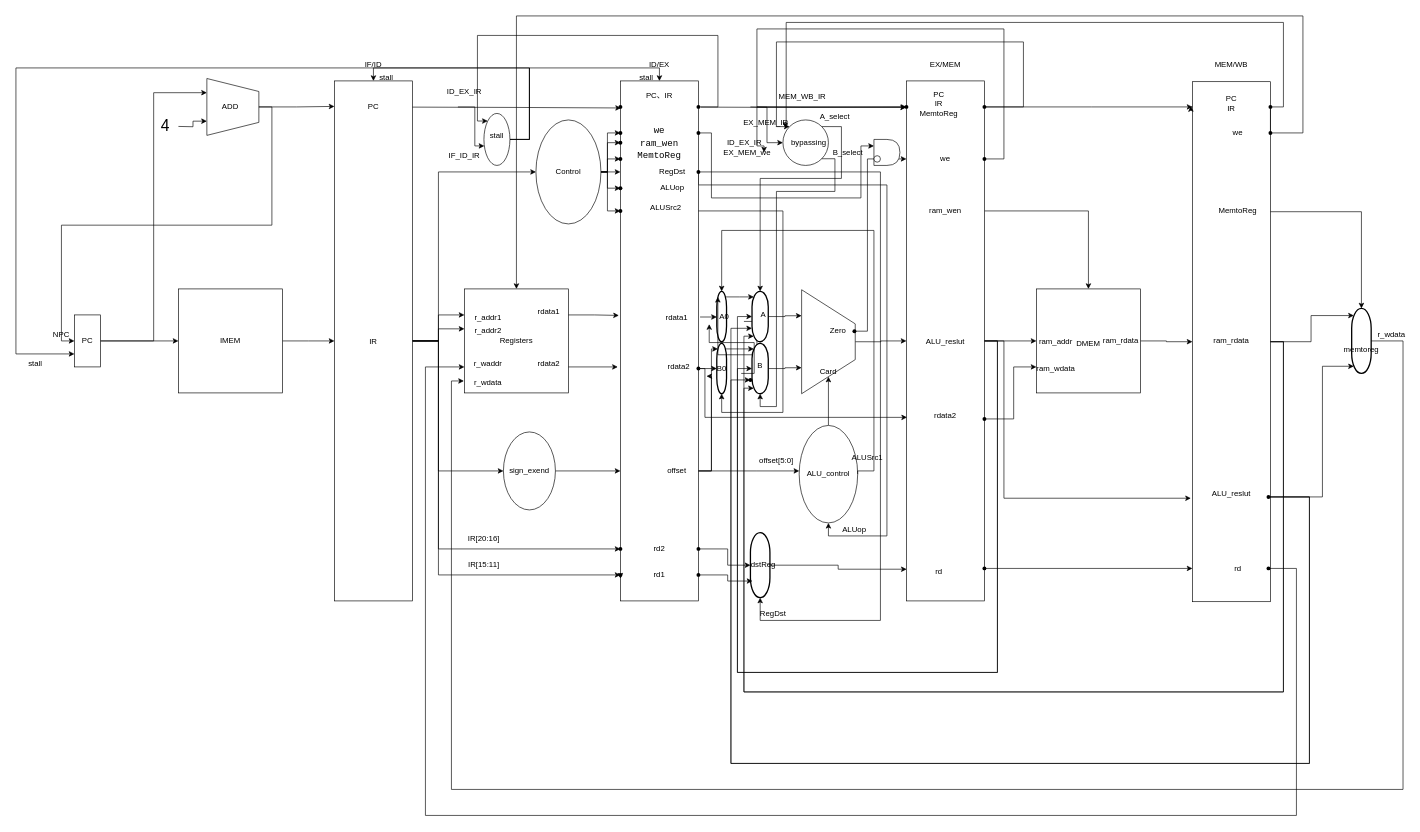
lllwwwooo/draw.io keeps this draw.io diagram as directory/未命名绘图.drawio. Above is the earlier version. Source tidied: cells renumbered, new cells numbered last; positions are measured from the earlier drawing's top-left corner, leaving out a move shared by most shapes. Both pictures are drawn from the tidied source at 65%, with x=0, y=0 at pixel (16, 16).
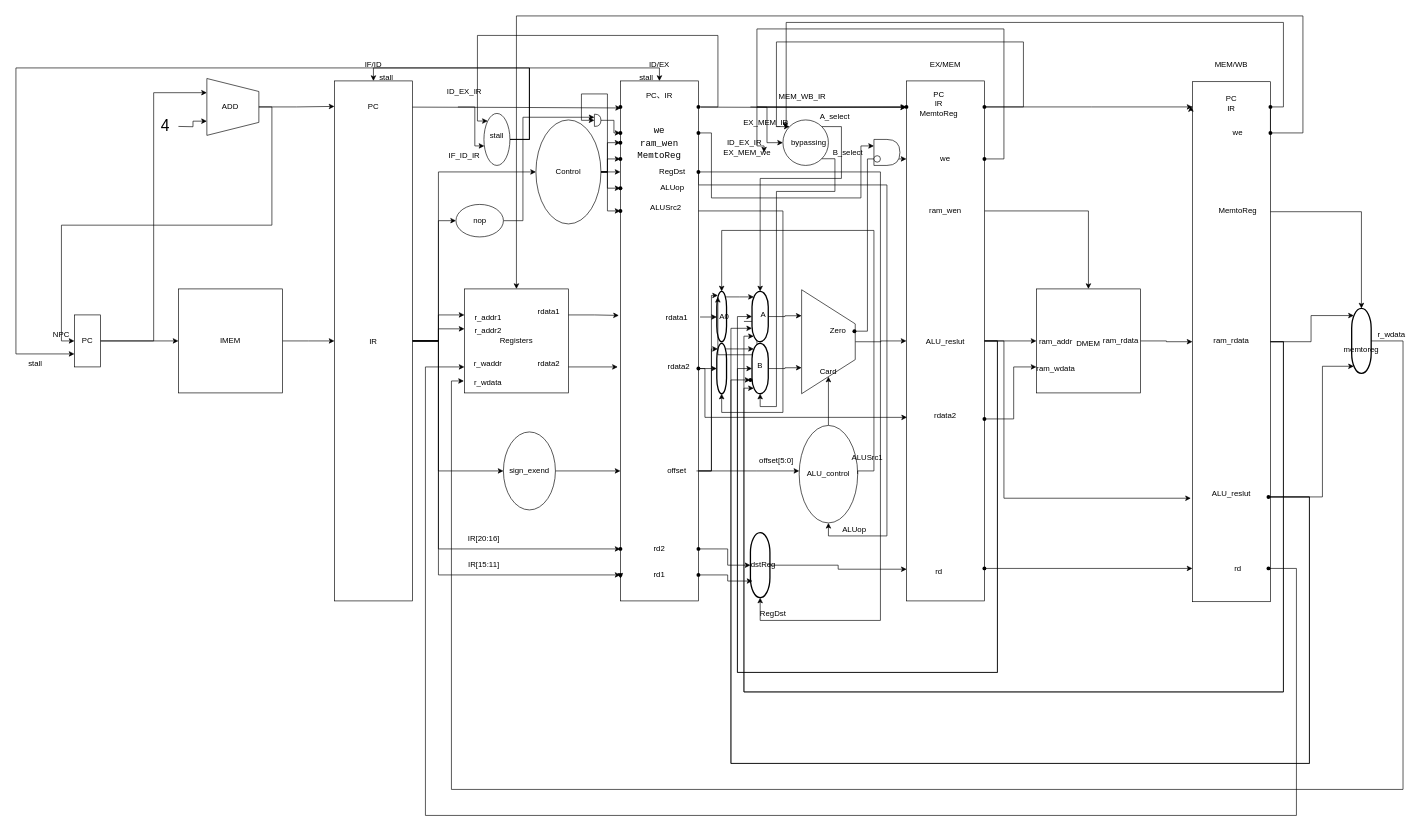
The same diagram, later.

Commit message (it also covers changes not shown here):
更新未命名绘图.drawio

The change refers to these unchanged cells:
```xml
<mxCell id="10" style="rounded=0;whiteSpace=wrap;html=1;" parent="1" vertex="1">
  <mxGeometry x="490" y="100" width="120" height="800" as="geometry" />
</mxCell>
<mxCell id="25" style="ellipse;whiteSpace=wrap;html=1;" parent="1" vertex="1">
  <mxGeometry x="800" y="160" width="100" height="160" as="geometry" />
</mxCell>
<mxCell id="31" style="rounded=0;whiteSpace=wrap;html=1;" parent="1" vertex="1">
  <mxGeometry x="930" y="100" width="120" height="800" as="geometry" />
</mxCell>
<mxCell id="130" value="offset" style="text;strokeColor=none;align=center;fillColor=none;html=1;verticalAlign=middle;whiteSpace=wrap;rounded=0;" parent="1" vertex="1">
  <mxGeometry x="987" y="685" width="60" height="30" as="geometry" />
</mxCell>
<mxCell id="147" value="A0" style="text;strokeColor=none;align=center;fillColor=none;html=1;verticalAlign=middle;whiteSpace=wrap;rounded=0;" parent="1" vertex="1">
  <mxGeometry x="1060" y="447.5" width="60" height="30" as="geometry" />
</mxCell>
<mxCell id="180" style="shape=waypoint;sketch=0;fillStyle=solid;size=6;points=[];fillColor=none;perimeter=centerPerimeter;snapToPoint=1;" parent="1" vertex="1">
  <mxGeometry x="920" y="170" width="20" height="20" as="geometry" />
</mxCell>
```

Diff of the diagram source:
```diff
@@
+    <mxCell id="206" style="edgeStyle=orthogonalEdgeStyle;rounded=0;jettySize=auto;html=1;exitX=1;exitY=0.5;exitDx=0;exitDy=0;entryX=0;entryY=0.5;entryDx=0;entryDy=0;" parent="1" edge="1" source="10" target="210">
+      <mxGeometry relative="1" as="geometry">
+        <Array as="points">
+          <mxPoint x="650" y="500" />
+          <mxPoint x="650" y="315" />
+        </Array>
+      </mxGeometry>
+    </mxCell>
@@
+    <mxCell id="207" style="edgeStyle=orthogonalEdgeStyle;rounded=0;jettySize=auto;html=1;exitX=1;exitY=0.5;exitDx=0;exitDy=0;entryX=0;entryY=0.5;entryDx=0;entryDy=0;" parent="1" edge="1" source="25" target="211">
+      <mxGeometry relative="1" as="geometry">
+        <Array as="points">
+          <mxPoint x="910" y="240" />
+          <mxPoint x="910" y="120" />
+          <mxPoint x="870" y="120" />
+          <mxPoint x="870" y="161" />
+        </Array>
+      </mxGeometry>
+    </mxCell>
@@
+    <mxCell id="208" style="edgeStyle=orthogonalEdgeStyle;rounded=0;jettySize=auto;html=1;exitX=1;exitY=0.5;exitDx=0;exitDy=0;" parent="1" edge="1" source="130">
+      <mxGeometry relative="1" as="geometry">
+        <mxPoint x="1080" y="430" as="targetPoint" />
+        <Array as="points">
+          <mxPoint x="1070" y="700" />
+          <mxPoint x="1070" y="430" />
+        </Array>
+      </mxGeometry>
+    </mxCell>
@@
-    <mxCell id="146" style="edgeStyle=orthogonalEdgeStyle;rounded=0;jettySize=auto;html=1;exitX=1;exitY=0.75;exitDx=0;exitDy=0;entryX=0.11;entryY=0.89;entryDx=0;entryDy=0;entryPerimeter=0;" parent="1" edge="1" source="204" target="147">
-      <mxGeometry relative="1" as="geometry" />
-    </mxCell>
@@
-    <mxCell id="181" style="edgeStyle=orthogonalEdgeStyle;rounded=0;jettySize=auto;html=1;exitX=1;exitY=0.5;exitDx=0;exitDy=0;entryX=0.083;entryY=0.902;entryDx=0;entryDy=0;entryPerimeter=0;" parent="1" edge="1" source="25" target="180">
-      <mxGeometry relative="1" as="geometry">
-        <Array as="points">
-          <mxPoint x="910" y="240" />
-          <mxPoint x="910" y="180" />
-        </Array>
-      </mxGeometry>
-    </mxCell>
@@
-    <mxCell id="203" style="edgeStyle=orthogonalEdgeStyle;rounded=0;jettySize=auto;html=1;exitX=1;exitY=0.75;exitDx=0;exitDy=0;entryX=0.11;entryY=0.89;entryDx=0;entryDy=0;entryPerimeter=0;" parent="1" edge="1" source="31" target="204">
-      <mxGeometry relative="1" as="geometry" />
-    </mxCell>
-    <mxCell id="204" value="B0" style="text;strokeColor=none;align=center;fillColor=none;html=1;verticalAlign=middle;whiteSpace=wrap;rounded=0;" parent="1" vertex="1">
-      <mxGeometry x="1055.8" y="527.5" width="60" height="30" as="geometry" />
-    </mxCell>
@@
+    <mxCell id="209" style="edgeStyle=orthogonalEdgeStyle;rounded=0;jettySize=auto;html=1;exitX=1;exitY=0.5;exitDx=0;exitDy=0;entryX=0;entryY=0.25;entryDx=0;entryDy=0;" parent="1" edge="1" source="210" target="211">
+      <mxGeometry relative="1" as="geometry">
+        <Array as="points">
+          <mxPoint x="780" y="315" />
+          <mxPoint x="780" y="156" />
+        </Array>
+      </mxGeometry>
+    </mxCell>
+    <mxCell id="210" style="ellipse;whiteSpace=wrap;html=1;" parent="1" vertex="1">
+      <mxGeometry x="677" y="290" width="73" height="50" as="geometry" />
+    </mxCell>
+    <mxCell id="211" style="shape=delay;whiteSpace=wrap;html=1;" parent="1" vertex="1">
+      <mxGeometry x="890" y="151.2" width="10" height="18.8" as="geometry" />
+    </mxCell>
+    <mxCell id="212" style="edgeStyle=orthogonalEdgeStyle;rounded=0;jettySize=auto;html=1;exitX=1;exitY=0.5;exitDx=0;exitDy=0;entryX=-0.202;entryY=0.331;entryDx=0;entryDy=0;entryPerimeter=0;" parent="1" edge="1" source="211" target="180">
+      <mxGeometry relative="1" as="geometry">
+        <Array as="points">
+          <mxPoint x="920" y="161" />
+          <mxPoint x="920" y="180" />
+        </Array>
+      </mxGeometry>
+    </mxCell>
+    <mxCell id="213" value="nop" style="text;strokeColor=none;align=center;fillColor=none;html=1;verticalAlign=middle;whiteSpace=wrap;rounded=0;" parent="1" vertex="1">
+      <mxGeometry x="683.5" y="300" width="60" height="30" as="geometry" />
+    </mxCell>
```
